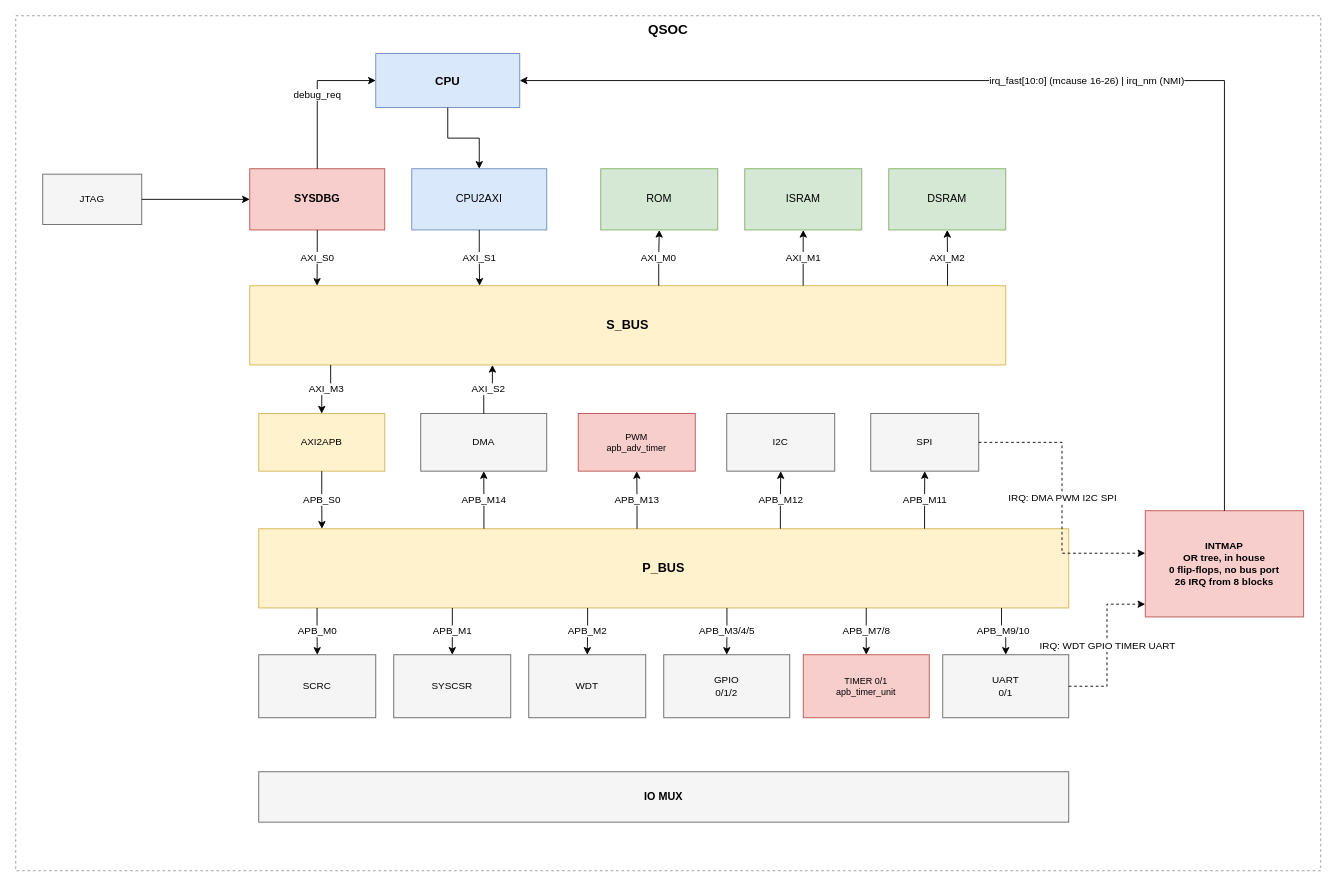
Before: doc/drawio/QSOC_Block_Diagram.drawio in quynhonsemiconductor/vlsi_deep_training, a draw.io diagram. Source tidied: cells renumbered, new cells numbered last; positions are measured from the earlier drawing's top-left corner, leaving out a move shared by most shapes. Both pictures are drawn from the tidied source at 90%, with x=0, y=0 at pixel (15, 15).
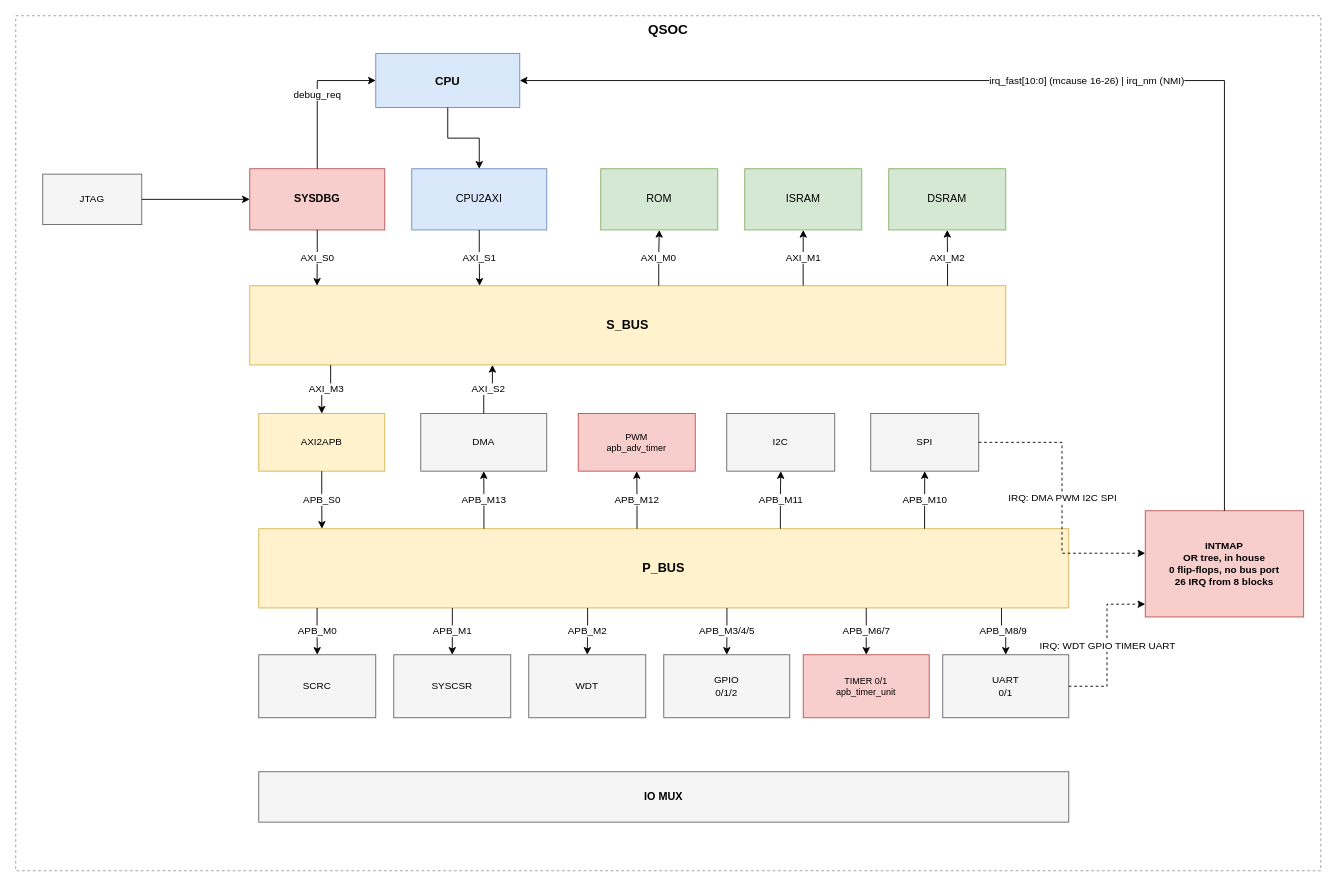
After the change.

The change refers to these unchanged cells:
```xml
<mxCell id="13" value="DMA" style="rounded=0;whiteSpace=wrap;html=1;fillColor=#f5f5f5;strokeColor=#666666;fontSize=11;dashed=0;verticalAlign=middle;" parent="1" vertex="1">
  <mxGeometry x="450" y="442" width="140" height="64" as="geometry" />
</mxCell>
<mxCell id="14" value="PWM&#10;apb_adv_timer" style="rounded=0;whiteSpace=wrap;html=1;fillColor=#f8cecc;strokeColor=#b85450;fontSize=10;dashed=0;verticalAlign=middle;" parent="1" vertex="1">
  <mxGeometry x="625" y="442" width="130" height="64" as="geometry" />
</mxCell>
<mxCell id="15" value="I2C" style="rounded=0;whiteSpace=wrap;html=1;fillColor=#f5f5f5;strokeColor=#666666;fontSize=11;dashed=0;verticalAlign=middle;" parent="1" vertex="1">
  <mxGeometry x="790" y="442" width="120" height="64" as="geometry" />
</mxCell>
<mxCell id="16" value="SPI" style="rounded=0;whiteSpace=wrap;html=1;fillColor=#f5f5f5;strokeColor=#666666;fontSize=11;dashed=0;verticalAlign=middle;" parent="1" vertex="1">
  <mxGeometry x="950" y="442" width="120" height="64" as="geometry" />
</mxCell>
<mxCell id="17" value="P_BUS" style="rounded=0;whiteSpace=wrap;html=1;fillColor=#fff2cc;strokeColor=#d6b656;fontSize=14;dashed=0;fontStyle=1;verticalAlign=middle;" parent="1" vertex="1">
  <mxGeometry x="270" y="570" width="900" height="88" as="geometry" />
</mxCell>
<mxCell id="22" value="TIMER 0/1&#10;apb_timer_unit" style="rounded=0;whiteSpace=wrap;html=1;fillColor=#f8cecc;strokeColor=#b85450;fontSize=10;dashed=0;verticalAlign=middle;" parent="1" vertex="1">
  <mxGeometry x="875" y="710" width="140" height="70" as="geometry" />
</mxCell>
<mxCell id="23" value="UART&#10;0/1" style="rounded=0;whiteSpace=wrap;html=1;fillColor=#f5f5f5;strokeColor=#666666;fontSize=11;dashed=0;verticalAlign=middle;" parent="1" vertex="1">
  <mxGeometry x="1030" y="710" width="140" height="70" as="geometry" />
</mxCell>
```

Diff of the diagram source:
```diff
@@
-    <mxCell id="39" value="APB_M14" style="edgeStyle=orthogonalEdgeStyle;rounded=0;html=1;exitX=0.278;exitY=0.0;entryX=0.5;entryY=1.0;exitDx=0;exitDy=0;entryDx=0;entryDy=0;" parent="1" edge="1" source="17" target="13">
+    <mxCell id="39" value="APB_M13" style="edgeStyle=orthogonalEdgeStyle;rounded=0;html=1;exitX=0.278;exitY=0.0;entryX=0.5;entryY=1.0;exitDx=0;exitDy=0;entryDx=0;entryDy=0;" parent="1" edge="1" source="17" target="13">
       <mxGeometry relative="1" as="geometry" />
     </mxCell>
-    <mxCell id="40" value="APB_M13" style="edgeStyle=orthogonalEdgeStyle;rounded=0;html=1;exitX=0.46699999999999997;exitY=0.0;entryX=0.5;entryY=1.0;exitDx=0;exitDy=0;entryDx=0;entryDy=0;" parent="1" edge="1" source="17" target="14">
+    <mxCell id="40" value="APB_M12" style="edgeStyle=orthogonalEdgeStyle;rounded=0;html=1;exitX=0.46699999999999997;exitY=0.0;entryX=0.5;entryY=1.0;exitDx=0;exitDy=0;entryDx=0;entryDy=0;" parent="1" edge="1" source="17" target="14">
       <mxGeometry relative="1" as="geometry" />
     </mxCell>
-    <mxCell id="41" value="APB_M12" style="edgeStyle=orthogonalEdgeStyle;rounded=0;html=1;exitX=0.644;exitY=0.0;entryX=0.5;entryY=1.0;exitDx=0;exitDy=0;entryDx=0;entryDy=0;" parent="1" edge="1" source="17" target="15">
+    <mxCell id="41" value="APB_M11" style="edgeStyle=orthogonalEdgeStyle;rounded=0;html=1;exitX=0.644;exitY=0.0;entryX=0.5;entryY=1.0;exitDx=0;exitDy=0;entryDx=0;entryDy=0;" parent="1" edge="1" source="17" target="15">
       <mxGeometry relative="1" as="geometry" />
     </mxCell>
-    <mxCell id="42" value="APB_M11" style="edgeStyle=orthogonalEdgeStyle;rounded=0;html=1;exitX=0.822;exitY=0.0;entryX=0.5;entryY=1.0;exitDx=0;exitDy=0;entryDx=0;entryDy=0;" parent="1" edge="1" source="17" target="16">
+    <mxCell id="42" value="APB_M10" style="edgeStyle=orthogonalEdgeStyle;rounded=0;html=1;exitX=0.822;exitY=0.0;entryX=0.5;entryY=1.0;exitDx=0;exitDy=0;entryDx=0;entryDy=0;" parent="1" edge="1" source="17" target="16">
       <mxGeometry relative="1" as="geometry" />
     </mxCell>
@@
-    <mxCell id="47" value="APB_M7/8" style="edgeStyle=orthogonalEdgeStyle;rounded=0;html=1;exitX=0.75;exitY=1.0;entryX=0.5;entryY=0.0;exitDx=0;exitDy=0;entryDx=0;entryDy=0;" parent="1" edge="1" source="17" target="22">
+    <mxCell id="47" value="APB_M6/7" style="edgeStyle=orthogonalEdgeStyle;rounded=0;html=1;exitX=0.75;exitY=1.0;entryX=0.5;entryY=0.0;exitDx=0;exitDy=0;entryDx=0;entryDy=0;" parent="1" edge="1" source="17" target="22">
       <mxGeometry relative="1" as="geometry" />
     </mxCell>
-    <mxCell id="48" value="APB_M9/10" style="edgeStyle=orthogonalEdgeStyle;rounded=0;html=1;exitX=0.9170000000000001;exitY=1.0;entryX=0.5;entryY=0.0;exitDx=0;exitDy=0;entryDx=0;entryDy=0;" parent="1" edge="1" source="17" target="23">
+    <mxCell id="48" value="APB_M8/9" style="edgeStyle=orthogonalEdgeStyle;rounded=0;html=1;exitX=0.9170000000000001;exitY=1.0;entryX=0.5;entryY=0.0;exitDx=0;exitDy=0;entryDx=0;entryDy=0;" parent="1" edge="1" source="17" target="23">
       <mxGeometry relative="1" as="geometry" />
     </mxCell>
```
